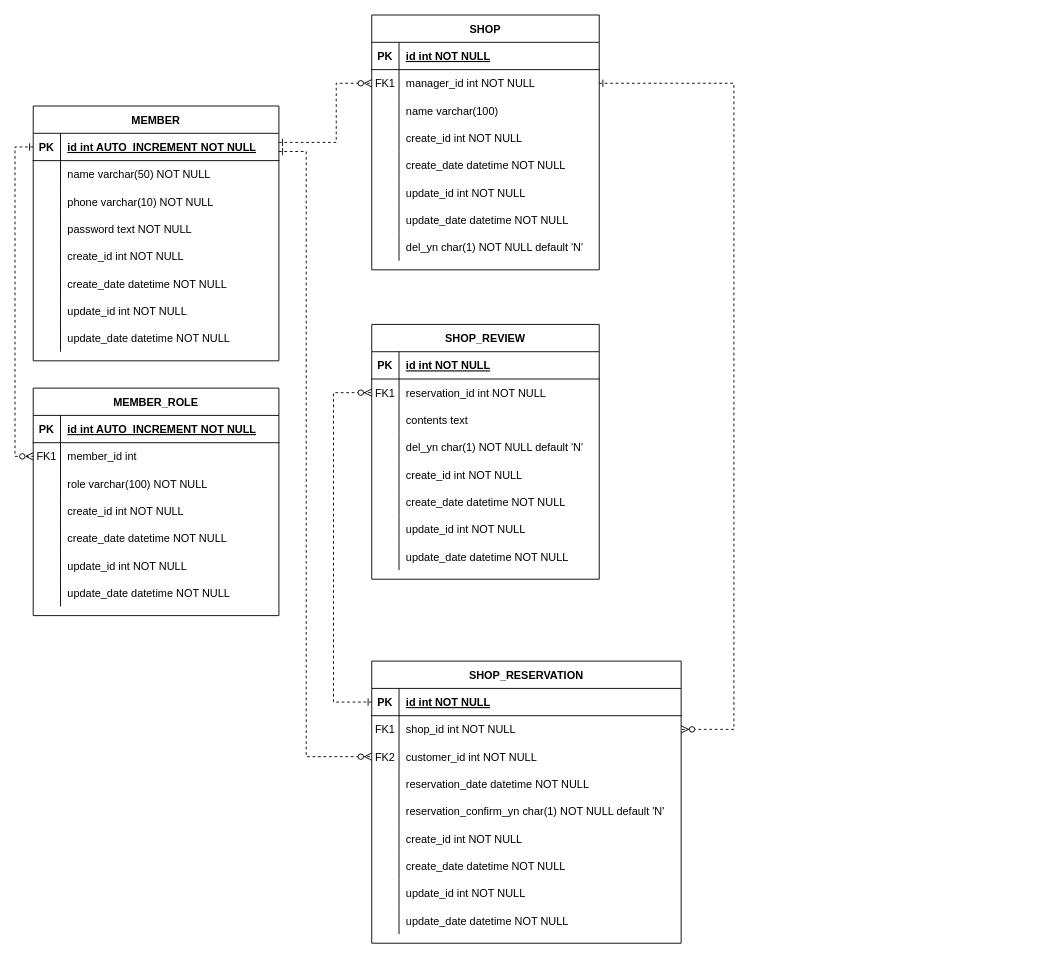
geun02k/reservation keeps this draw.io diagram as docs/erd/reservation-service-erd.drawio. Above is the earlier version. Source tidied: cells renumbered, new cells numbered last; positions are measured from the earlier drawing's top-left corner, leaving out a move shared by most shapes. Both pictures are drawn from the tidied source at 91%, with x=0, y=0 at pixel (15, 15).
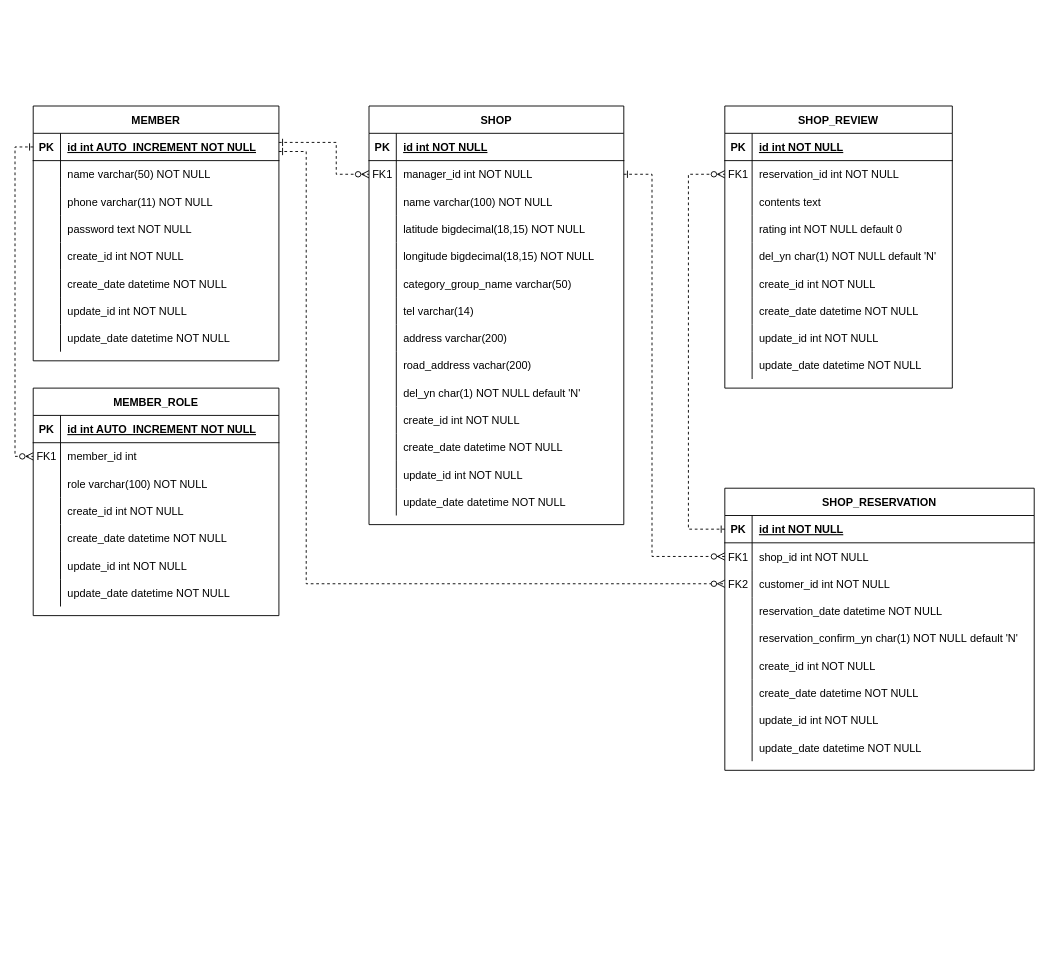
After the change.

Commit message (it also covers changes not shown here):
docs : [005-SHOP-MODIFY] 매장테이블 컬럼 추가 및 변경에 따른 ERD 수정

Unchanged cells that the change refers to:
```xml
<mxCell id="28" style="shape=partialRectangle;fillColor=none;points=[[0,0.5],[1,0.5]];portConstraint=eastwest;top=0;left=0;right=0;bottom=1;" parent="27" vertex="1">
  <mxGeometry y="30" width="340" height="30" as="geometry" />
</mxCell>
<mxCell id="31" style="shape=partialRectangle;fillColor=none;points=[[0,0.5],[1,0.5]];portConstraint=eastwest;top=0;left=0;right=0;bottom=0;" parent="27" vertex="1">
  <mxGeometry y="60" width="340" height="30" as="geometry" />
</mxCell>
<mxCell id="34" style="shape=partialRectangle;fillColor=none;points=[[0,0.5],[1,0.5]];portConstraint=eastwest;top=0;left=0;right=0;bottom=0;" parent="27" vertex="1">
  <mxGeometry y="90" width="340" height="30" as="geometry" />
</mxCell>
<mxCell id="40" style="shape=partialRectangle;fillColor=none;top=0;left=0;right=0;bottom=0;" parent="27" vertex="1">
  <mxGeometry y="150" width="340" height="30" as="geometry" />
</mxCell>
<mxCell id="62" style="shape=partialRectangle;fillColor=none;top=0;left=0;right=0;bottom=0;" parent="55" vertex="1">
  <mxGeometry y="90" width="270" height="30" as="geometry" />
</mxCell>
<mxCell id="84" style="shape=partialRectangle;fillColor=none;points=[[0,0.5],[1,0.5]];portConstraint=eastwest;top=0;left=0;right=0;bottom=0;" parent="80" vertex="1">
  <mxGeometry y="60" width="250" height="30" as="geometry" />
</mxCell>
```

Change to the diagram source:
```diff
@@
     <mxCell id="2" value="SHOP" style="shape=table;startSize=30;childLayout=tableLayout;rowLines=0;fontStyle=1;align=center;" parent="1" vertex="1">
-      <mxGeometry x="392" width="250" height="280" as="geometry" />
+      <mxGeometry x="389" y="100" width="280" height="460" as="geometry" />
     </mxCell>
     <mxCell id="3" style="shape=partialRectangle;fillColor=none;top=0;left=0;right=0;bottom=1;" parent="2" vertex="1">
-      <mxGeometry y="30" width="250" height="30" as="geometry" />
+      <mxGeometry y="30" width="280" height="30" as="geometry" />
     </mxCell>
@@
     <mxCell id="5" value="id int NOT NULL" style="shape=partialRectangle;overflow=hidden;fillColor=none;top=0;left=0;bottom=0;right=0;align=left;spacingLeft=6;fontStyle=5;" parent="3" vertex="1">
-      <mxGeometry x="30" width="220" height="30" as="geometry" />
+      <mxGeometry x="30" width="250" height="30" as="geometry" />
     </mxCell>
     <mxCell id="6" style="shape=partialRectangle;fillColor=none;points=[[0,0.5],[1,0.5]];portConstraint=eastwest;top=0;left=0;right=0;bottom=0;" parent="2" vertex="1">
-      <mxGeometry y="60" width="250" height="30" as="geometry" />
+      <mxGeometry y="60" width="280" height="30" as="geometry" />
     </mxCell>
@@
     <mxCell id="8" value="manager_id int NOT NULL" style="shape=partialRectangle;overflow=hidden;fillColor=none;top=0;left=0;bottom=0;right=0;align=left;spacingLeft=6;" parent="6" vertex="1">
-      <mxGeometry x="30" width="220" height="30" as="geometry" />
+      <mxGeometry x="30" width="250" height="30" as="geometry" />
     </mxCell>
     <mxCell id="9" style="shape=partialRectangle;fillColor=none;top=0;left=0;right=0;bottom=0;" parent="2" vertex="1">
-      <mxGeometry y="90" width="250" height="30" as="geometry" />
+      <mxGeometry y="90" width="280" height="30" as="geometry" />
     </mxCell>
@@
-    <mxCell id="11" value="name varchar(100)" style="shape=partialRectangle;overflow=hidden;fillColor=none;top=0;left=0;bottom=0;right=0;align=left;spacingLeft=6;" parent="9" vertex="1">
-      <mxGeometry x="30" width="220" height="30" as="geometry" />
+    <mxCell id="11" value="name varchar(100) NOT NULL" style="shape=partialRectangle;overflow=hidden;fillColor=none;top=0;left=0;bottom=0;right=0;align=left;spacingLeft=6;" parent="9" vertex="1">
+      <mxGeometry x="30" width="250" height="30" as="geometry" />
     </mxCell>
+    <mxCell id="132" style="shape=partialRectangle;fillColor=none;top=0;left=0;right=0;bottom=0;" parent="2" vertex="1">
+      <mxGeometry y="120" width="280" height="30" as="geometry" />
+    </mxCell>
+    <mxCell id="133" style="shape=partialRectangle;overflow=hidden;fillColor=none;top=0;left=0;bottom=0;right=0;" parent="132" vertex="1">
+      <mxGeometry width="30" height="30" as="geometry" />
+    </mxCell>
+    <mxCell id="134" value="latitude bigdecimal(18,15) NOT NULL" style="shape=partialRectangle;overflow=hidden;fillColor=none;top=0;left=0;bottom=0;right=0;align=left;spacingLeft=6;" parent="132" vertex="1">
+      <mxGeometry x="30" width="250" height="30" as="geometry" />
+    </mxCell>
+    <mxCell id="135" style="shape=partialRectangle;fillColor=none;top=0;left=0;right=0;bottom=0;" parent="2" vertex="1">
+      <mxGeometry y="150" width="280" height="30" as="geometry" />
+    </mxCell>
+    <mxCell id="136" style="shape=partialRectangle;overflow=hidden;fillColor=none;top=0;left=0;bottom=0;right=0;" parent="135" vertex="1">
+      <mxGeometry width="30" height="30" as="geometry" />
+    </mxCell>
+    <mxCell id="137" value="longitude bigdecimal(18,15) NOT NULL" style="shape=partialRectangle;overflow=hidden;fillColor=none;top=0;left=0;bottom=0;right=0;align=left;spacingLeft=6;" parent="135" vertex="1">
+      <mxGeometry x="30" width="250" height="30" as="geometry" />
+    </mxCell>
+    <mxCell id="138" style="shape=partialRectangle;fillColor=none;top=0;left=0;right=0;bottom=0;" parent="2" vertex="1">
+      <mxGeometry y="180" width="280" height="30" as="geometry" />
+    </mxCell>
+    <mxCell id="139" style="shape=partialRectangle;overflow=hidden;fillColor=none;top=0;left=0;bottom=0;right=0;" parent="138" vertex="1">
+      <mxGeometry width="30" height="30" as="geometry" />
+    </mxCell>
+    <mxCell id="140" value="category_group_name varchar(50)" style="shape=partialRectangle;overflow=hidden;fillColor=none;top=0;left=0;bottom=0;right=0;align=left;spacingLeft=6;" parent="138" vertex="1">
+      <mxGeometry x="30" width="250" height="30" as="geometry" />
+    </mxCell>
+    <mxCell id="141" style="shape=partialRectangle;fillColor=none;top=0;left=0;right=0;bottom=0;" parent="2" vertex="1">
+      <mxGeometry y="210" width="280" height="30" as="geometry" />
+    </mxCell>
+    <mxCell id="142" style="shape=partialRectangle;overflow=hidden;fillColor=none;top=0;left=0;bottom=0;right=0;" parent="141" vertex="1">
+      <mxGeometry width="30" height="30" as="geometry" />
+    </mxCell>
+    <mxCell id="143" value="tel varchar(14)" style="shape=partialRectangle;overflow=hidden;fillColor=none;top=0;left=0;bottom=0;right=0;align=left;spacingLeft=6;" parent="141" vertex="1">
+      <mxGeometry x="30" width="250" height="30" as="geometry" />
+    </mxCell>
+    <mxCell id="144" style="shape=partialRectangle;fillColor=none;top=0;left=0;right=0;bottom=0;" parent="2" vertex="1">
+      <mxGeometry y="240" width="280" height="30" as="geometry" />
+    </mxCell>
+    <mxCell id="145" style="shape=partialRectangle;overflow=hidden;fillColor=none;top=0;left=0;bottom=0;right=0;" parent="144" vertex="1">
+      <mxGeometry width="30" height="30" as="geometry" />
+    </mxCell>
+    <mxCell id="146" value="address varchar(200)" style="shape=partialRectangle;overflow=hidden;fillColor=none;top=0;left=0;bottom=0;right=0;align=left;spacingLeft=6;" parent="144" vertex="1">
+      <mxGeometry x="30" width="250" height="30" as="geometry" />
+    </mxCell>
+    <mxCell id="147" style="shape=partialRectangle;fillColor=none;top=0;left=0;right=0;bottom=0;" parent="2" vertex="1">
+      <mxGeometry y="270" width="280" height="30" as="geometry" />
+    </mxCell>
+    <mxCell id="148" style="shape=partialRectangle;overflow=hidden;fillColor=none;top=0;left=0;bottom=0;right=0;" parent="147" vertex="1">
+      <mxGeometry width="30" height="30" as="geometry" />
+    </mxCell>
+    <mxCell id="149" value="road_address vachar(200)" style="shape=partialRectangle;overflow=hidden;fillColor=none;top=0;left=0;bottom=0;right=0;align=left;spacingLeft=6;" parent="147" vertex="1">
+      <mxGeometry x="30" width="250" height="30" as="geometry" />
+    </mxCell>
+    <mxCell id="150" style="shape=partialRectangle;fillColor=none;top=0;left=0;right=0;bottom=0;" parent="2" vertex="1">
+      <mxGeometry y="300" width="280" height="30" as="geometry" />
+    </mxCell>
+    <mxCell id="151" style="shape=partialRectangle;overflow=hidden;fillColor=none;top=0;left=0;bottom=0;right=0;" parent="150" vertex="1">
+      <mxGeometry width="30" height="30" as="geometry" />
+    </mxCell>
+    <mxCell id="26" value="del_yn char(1) NOT NULL default 'N'" style="shape=partialRectangle;overflow=hidden;fillColor=none;top=0;left=0;bottom=0;right=0;align=left;spacingLeft=6;" parent="150" vertex="1">
+      <mxGeometry x="30" width="250" height="30" as="geometry" />
+    </mxCell>
     <mxCell id="12" style="shape=partialRectangle;fillColor=none;top=0;left=0;right=0;bottom=0;" parent="2" vertex="1">
-      <mxGeometry y="120" width="250" height="30" as="geometry" />
+      <mxGeometry y="330" width="280" height="30" as="geometry" />
     </mxCell>
@@
     <mxCell id="14" value="create_id int NOT NULL" style="shape=partialRectangle;overflow=hidden;fillColor=none;top=0;left=0;bottom=0;right=0;align=left;spacingLeft=6;" parent="12" vertex="1">
-      <mxGeometry x="30" width="220" height="30" as="geometry" />
+      <mxGeometry x="30" width="250" height="30" as="geometry" />
     </mxCell>
     <mxCell id="15" style="shape=partialRectangle;fillColor=none;top=0;left=0;right=0;bottom=0;" parent="2" vertex="1">
-      <mxGeometry y="150" width="250" height="30" as="geometry" />
+      <mxGeometry y="360" width="280" height="30" as="geometry" />
     </mxCell>
@@
     <mxCell id="17" value="create_date datetime NOT NULL" style="shape=partialRectangle;overflow=hidden;fillColor=none;top=0;left=0;bottom=0;right=0;align=left;spacingLeft=6;" parent="15" vertex="1">
-      <mxGeometry x="30" width="220" height="30" as="geometry" />
+      <mxGeometry x="30" width="250" height="30" as="geometry" />
     </mxCell>
     <mxCell id="18" style="shape=partialRectangle;fillColor=none;top=0;left=0;right=0;bottom=0;" parent="2" vertex="1">
-      <mxGeometry y="180" width="250" height="30" as="geometry" />
+      <mxGeometry y="390" width="280" height="30" as="geometry" />
     </mxCell>
@@
     <mxCell id="20" value="update_id int NOT NULL" style="shape=partialRectangle;overflow=hidden;fillColor=none;top=0;left=0;bottom=0;right=0;align=left;spacingLeft=6;" parent="18" vertex="1">
-      <mxGeometry x="30" width="220" height="30" as="geometry" />
+      <mxGeometry x="30" width="250" height="30" as="geometry" />
     </mxCell>
     <mxCell id="21" style="shape=partialRectangle;fillColor=none;top=0;left=0;right=0;bottom=0;" parent="2" vertex="1">
-      <mxGeometry y="210" width="250" height="30" as="geometry" />
+      <mxGeometry y="420" width="280" height="30" as="geometry" />
     </mxCell>
@@
     <mxCell id="23" value="update_date datetime NOT NULL" style="shape=partialRectangle;overflow=hidden;fillColor=none;top=0;left=0;bottom=0;right=0;align=left;spacingLeft=6;" parent="21" vertex="1">
-      <mxGeometry x="30" width="220" height="30" as="geometry" />
+      <mxGeometry x="30" width="250" height="30" as="geometry" />
     </mxCell>
-    <mxCell id="24" style="shape=partialRectangle;fillColor=none;top=0;left=0;right=0;bottom=0;" parent="2" vertex="1">
-      <mxGeometry y="240" width="250" height="30" as="geometry" />
-    </mxCell>
-    <mxCell id="25" style="shape=partialRectangle;overflow=hidden;fillColor=none;top=0;left=0;bottom=0;right=0;" parent="24" vertex="1">
-      <mxGeometry width="30" height="30" as="geometry" />
-    </mxCell>
-    <mxCell id="26" value="del_yn char(1) NOT NULL default 'N'" style="shape=partialRectangle;overflow=hidden;fillColor=none;top=0;left=0;bottom=0;right=0;align=left;spacingLeft=6;" parent="24" vertex="1">
-      <mxGeometry x="30" width="220" height="30" as="geometry" />
-    </mxCell>
     <mxCell id="27" value="SHOP_RESERVATION" style="shape=table;startSize=30;childLayout=tableLayout;rowLines=0;fontStyle=1;align=center;" parent="1" vertex="1">
-      <mxGeometry x="392" y="710" width="340" height="310" as="geometry" />
+      <mxGeometry x="780" y="520" width="340" height="310" as="geometry" />
     </mxCell>
@@
-    <mxCell id="42" value="reservation_confirm_yn char(1) NOT NULL default 'N'" style="shape=partialRectangle;overflow=hidden;fillColor=none;top=0;left=0;bottom=0;right=0;align=left;spacingLeft=6;" parent="40" vertex="1">
+    <mxCell id="42" value="reservation_confirm_yn char(1) NOT NULL default 'N'" style="shape=partialRectangle;overflow=hidden;fillColor=none;top=0;left=0;bottom=0;right=0;align=left;spacingLeft=6;" parent="40" vertex="1">
       <mxGeometry x="30" width="310" height="30" as="geometry" />
     </mxCell>
@@
-    <mxCell id="64" value="phone varchar(10) NOT NULL" style="shape=partialRectangle;overflow=hidden;fillColor=none;top=0;left=0;bottom=0;right=0;align=left;spacingLeft=6;" parent="62" vertex="1">
+    <mxCell id="64" value="phone varchar(11) NOT NULL" style="shape=partialRectangle;overflow=hidden;fillColor=none;top=0;left=0;bottom=0;right=0;align=left;spacingLeft=6;" parent="62" vertex="1">
       <mxGeometry x="30" width="240" height="30" as="geometry" />
     </mxCell>
@@
     <mxCell id="80" value="SHOP_REVIEW" style="shape=table;startSize=30;childLayout=tableLayout;rowLines=0;fontStyle=1;align=center;" parent="1" vertex="1">
-      <mxGeometry x="392" y="340" width="250" height="280" as="geometry" />
+      <mxGeometry x="780" y="100" width="250" height="310" as="geometry" />
     </mxCell>
@@
+    <mxCell id="152" style="shape=partialRectangle;fillColor=none;top=0;left=0;right=0;bottom=0;" parent="80" vertex="1">
+      <mxGeometry y="120" width="250" height="30" as="geometry" />
+    </mxCell>
+    <mxCell id="153" style="shape=partialRectangle;overflow=hidden;fillColor=none;top=0;left=0;bottom=0;right=0;" parent="152" vertex="1">
+      <mxGeometry width="30" height="30" as="geometry" />
+    </mxCell>
+    <mxCell id="154" value="rating int NOT NULL default 0" style="shape=partialRectangle;overflow=hidden;fillColor=none;top=0;left=0;bottom=0;right=0;align=left;spacingLeft=6;" parent="152" vertex="1">
+      <mxGeometry x="30" width="220" height="30" as="geometry" />
+    </mxCell>
     <mxCell id="90" style="shape=partialRectangle;fillColor=none;top=0;left=0;right=0;bottom=0;" parent="80" vertex="1">
-      <mxGeometry y="120" width="250" height="30" as="geometry" />
+      <mxGeometry y="150" width="250" height="30" as="geometry" />
     </mxCell>
@@
     <mxCell id="93" style="shape=partialRectangle;fillColor=none;top=0;left=0;right=0;bottom=0;" parent="80" vertex="1">
-      <mxGeometry y="150" width="250" height="30" as="geometry" />
+      <mxGeometry y="180" width="250" height="30" as="geometry" />
     </mxCell>
@@
     <mxCell id="96" style="shape=partialRectangle;fillColor=none;top=0;left=0;right=0;bottom=0;" parent="80" vertex="1">
-      <mxGeometry y="180" width="250" height="30" as="geometry" />
+      <mxGeometry y="210" width="250" height="30" as="geometry" />
     </mxCell>
@@
     <mxCell id="99" style="shape=partialRectangle;fillColor=none;top=0;left=0;right=0;bottom=0;" parent="80" vertex="1">
-      <mxGeometry y="210" width="250" height="30" as="geometry" />
+      <mxGeometry y="240" width="250" height="30" as="geometry" />
     </mxCell>
@@
     <mxCell id="102" style="shape=partialRectangle;fillColor=none;top=0;left=0;right=0;bottom=0;" parent="80" vertex="1">
-      <mxGeometry y="240" width="250" height="30" as="geometry" />
+      <mxGeometry y="270" width="250" height="30" as="geometry" />
     </mxCell>
@@
     <mxCell id="105" style="edgeStyle=orthogonalEdgeStyle;endArrow=ERzeroToMany;startArrow=ERone;endFill=1;startFill=0;rounded=0;entryX=0;entryY=0.5;entryDx=0;entryDy=0;dashed=1;" parent="1" edge="1" target="6">
       <mxGeometry relative="1" as="geometry">
         <mxPoint x="290" y="140" as="sourcePoint" />
         <Array as="points">
-          <mxPoint x="290" y="140" />
           <mxPoint x="353" y="140" />
-          <mxPoint x="353" y="75" />
+          <mxPoint x="353" y="175" />
         </Array>
       </mxGeometry>
     </mxCell>
-    <mxCell id="106" style="edgeStyle=orthogonalEdgeStyle;endArrow=ERzeroToMany;startArrow=ERone;endFill=1;startFill=0;rounded=0;exitX=1;exitY=0.5;exitDx=0;exitDy=0;entryX=1;entryY=0.5;entryDx=0;entryDy=0;dashed=1;" parent="1" edge="1" source="6" target="31">
+    <mxCell id="106" style="edgeStyle=orthogonalEdgeStyle;endArrow=ERzeroToMany;startArrow=ERone;endFill=1;startFill=0;rounded=0;exitX=1;exitY=0.5;exitDx=0;exitDy=0;dashed=1;entryX=0;entryY=0.5;entryDx=0;entryDy=0;" parent="1" edge="1" source="6" target="31">
       <mxGeometry relative="1" as="geometry">
         <Array as="points">
-          <mxPoint x="790" y="75" />
-          <mxPoint x="790" y="785" />
+          <mxPoint x="700" y="175" />
+          <mxPoint x="700" y="595" />
         </Array>
       </mxGeometry>
     </mxCell>
     <mxCell id="107" style="edgeStyle=orthogonalEdgeStyle;endArrow=ERzeroToMany;startArrow=ERone;endFill=1;startFill=0;rounded=0;entryX=0;entryY=0.5;entryDx=0;entryDy=0;dashed=1;" parent="1" edge="1" target="34">
       <mxGeometry relative="1" as="geometry">
         <mxPoint x="290" y="150" as="sourcePoint" />
         <Array as="points">
-          <mxPoint x="290" y="150" />
           <mxPoint x="320" y="150" />
-          <mxPoint x="320" y="815" />
+          <mxPoint x="320" y="625" />
         </Array>
       </mxGeometry>
     </mxCell>
     <mxCell id="108" style="edgeStyle=orthogonalEdgeStyle;endArrow=ERzeroToMany;startArrow=ERone;endFill=1;startFill=0;rounded=0;entryX=0;entryY=0.5;entryDx=0;entryDy=0;exitX=0;exitY=0.5;exitDx=0;exitDy=0;dashed=1;" parent="1" edge="1" source="28" target="84">
       <mxGeometry relative="1" as="geometry">
         <Array as="points">
-          <mxPoint x="350" y="755" />
-          <mxPoint x="350" y="415" />
+          <mxPoint x="740" y="565" />
+          <mxPoint x="740" y="175" />
         </Array>
       </mxGeometry>
     </mxCell>
```
